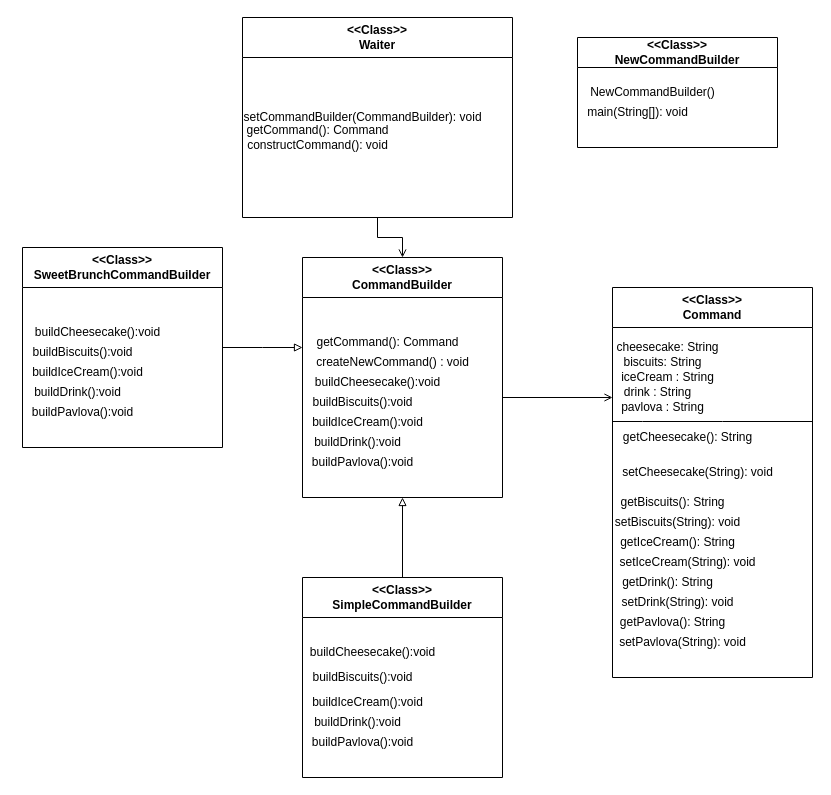
Before: BuilderDiagram.drawio in mariareee/Design_Patterns_PROJECT, a draw.io diagram. Source tidied: cells renumbered, new cells numbered last; positions are measured from the earlier drawing's top-left corner, leaving out a move shared by most shapes. Both pictures are drawn from the tidied source at 100%, with x=0, y=0 at pixel (22, 17).
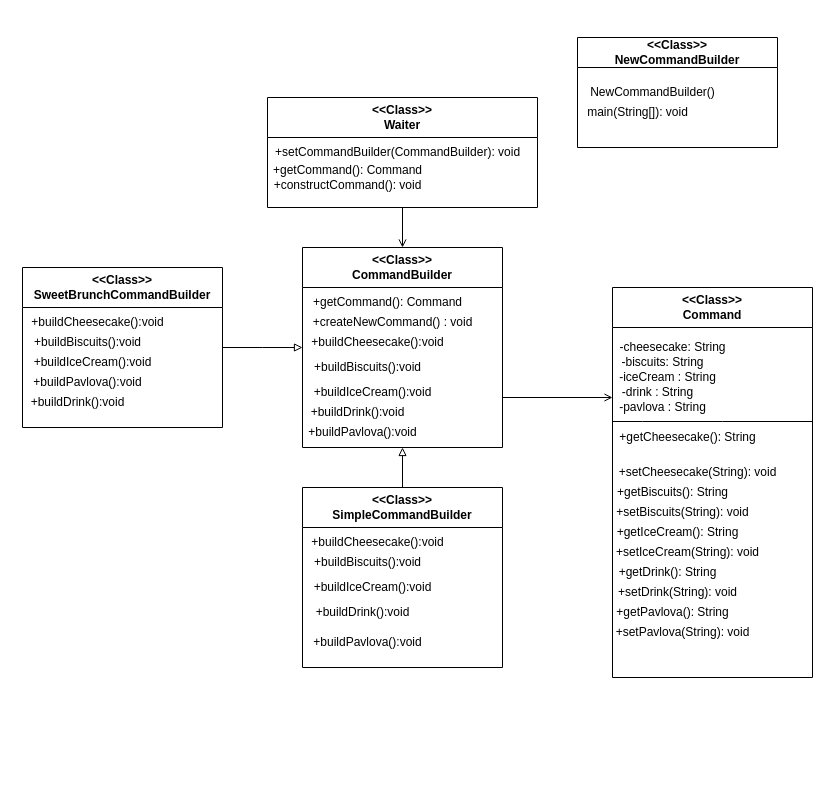
The same page after the edit.

The change refers to these unchanged cells:
```xml
<mxCell id="13" value="&amp;lt;&amp;lt;Class&amp;gt;&amp;gt;&lt;br&gt;Command" style="swimlane;whiteSpace=wrap;html=1;startSize=40;" parent="1" vertex="1">
  <mxGeometry x="590" y="270" width="200" height="390" as="geometry" />
</mxCell>
```

Diff of the diagram source:
```diff
@@
     <mxCell id="3" value="&amp;lt;&amp;lt;Class&amp;gt;&amp;gt;&lt;br&gt;Waiter" style="swimlane;whiteSpace=wrap;html=1;startSize=40;" parent="1" vertex="1">
-      <mxGeometry x="220" width="270" height="200" as="geometry" />
+      <mxGeometry x="245" y="80" width="270" height="110" as="geometry" />
     </mxCell>
-    <mxCell id="4" value="setCommandBuilder(CommandBuilder): void&lt;br&gt;" style="text;html=1;align=center;verticalAlign=middle;strokeColor=none;fillColor=none;" parent="3" vertex="1">
-      <mxGeometry x="-10" y="85" width="260" height="30" as="geometry" />
+    <mxCell id="4" value="+setCommandBuilder(CommandBuilder): void" style="text;html=1;align=center;verticalAlign=middle;strokeColor=none;fillColor=none;" parent="3" vertex="1">
+      <mxGeometry x="-5" y="40" width="270" height="30" as="geometry" />
     </mxCell>
-    <mxCell id="5" value="getCommand(): Command&lt;br&gt;constructCommand(): void&lt;br&gt;" style="text;html=1;align=center;verticalAlign=middle;strokeColor=none;fillColor=none;" parent="3" vertex="1">
-      <mxGeometry x="-10" y="100" width="170" height="40" as="geometry" />
+    <mxCell id="5" value="+getCommand(): Command&lt;br&gt;+constructCommand(): void" style="text;html=1;align=center;verticalAlign=middle;strokeColor=none;fillColor=none;" parent="3" vertex="1">
+      <mxGeometry x="-5" y="60" width="170" height="40" as="geometry" />
     </mxCell>
@@
     <mxCell id="7" value="&amp;lt;&amp;lt;Class&amp;gt;&amp;gt;&lt;br&gt;SweetBrunchCommandBuilder" style="swimlane;whiteSpace=wrap;html=1;startSize=40;" parent="1" vertex="1">
-      <mxGeometry y="230" width="200" height="200" as="geometry" />
+      <mxGeometry y="250" width="200" height="160" as="geometry" />
     </mxCell>
-    <mxCell id="8" value="buildCheesecake():void" style="text;html=1;align=center;verticalAlign=middle;strokeColor=none;fillColor=none;" parent="7" vertex="1">
-      <mxGeometry y="70" width="150" height="30" as="geometry" />
+    <mxCell id="8" value="+buildCheesecake():void" style="text;html=1;align=center;verticalAlign=middle;strokeColor=none;fillColor=none;" parent="7" vertex="1">
+      <mxGeometry x="-5" y="40" width="160" height="30" as="geometry" />
     </mxCell>
-    <mxCell id="9" value="buildBiscuits():void" style="text;html=1;align=center;verticalAlign=middle;strokeColor=none;fillColor=none;" parent="7" vertex="1">
-      <mxGeometry y="90" width="120" height="30" as="geometry" />
+    <mxCell id="9" value="+buildBiscuits():void" style="text;html=1;align=center;verticalAlign=middle;strokeColor=none;fillColor=none;" parent="7" vertex="1">
+      <mxGeometry y="60" width="130" height="30" as="geometry" />
     </mxCell>
-    <mxCell id="10" value="buildDrink():void&lt;br&gt;" style="text;html=1;align=center;verticalAlign=middle;strokeColor=none;fillColor=none;" parent="7" vertex="1">
-      <mxGeometry y="130" width="110" height="30" as="geometry" />
+    <mxCell id="10" value="+buildDrink():void" style="text;html=1;align=center;verticalAlign=middle;strokeColor=none;fillColor=none;" parent="7" vertex="1">
+      <mxGeometry x="-5" y="120" width="120" height="30" as="geometry" />
     </mxCell>
-    <mxCell id="11" value="buildPavlova():void" style="text;html=1;align=center;verticalAlign=middle;strokeColor=none;fillColor=none;" parent="7" vertex="1">
-      <mxGeometry y="150" width="120" height="30" as="geometry" />
+    <mxCell id="11" value="+buildPavlova():void" style="text;html=1;align=center;verticalAlign=middle;strokeColor=none;fillColor=none;" parent="7" vertex="1">
+      <mxGeometry y="100" width="130" height="30" as="geometry" />
     </mxCell>
-    <mxCell id="12" value="buildIceCream():void" style="text;html=1;align=center;verticalAlign=middle;strokeColor=none;fillColor=none;" parent="7" vertex="1">
-      <mxGeometry y="110" width="130" height="30" as="geometry" />
+    <mxCell id="12" value="+buildIceCream():void" style="text;html=1;align=center;verticalAlign=middle;strokeColor=none;fillColor=none;" parent="7" vertex="1">
+      <mxGeometry y="80" width="140" height="30" as="geometry" />
     </mxCell>
@@
-    <mxCell id="14" value="cheesecake: String&lt;br&gt;" style="text;html=1;align=center;verticalAlign=middle;strokeColor=none;fillColor=none;" parent="13" vertex="1">
-      <mxGeometry x="-10" y="45" width="130" height="30" as="geometry" />
+    <mxCell id="14" value="-cheesecake: String" style="text;html=1;align=center;verticalAlign=middle;strokeColor=none;fillColor=none;" parent="13" vertex="1">
+      <mxGeometry x="-5" y="45" width="130" height="30" as="geometry" />
     </mxCell>
-    <mxCell id="15" value="biscuits: String" style="text;html=1;align=center;verticalAlign=middle;strokeColor=none;fillColor=none;" parent="13" vertex="1">
-      <mxGeometry y="60" width="100" height="30" as="geometry" />
+    <mxCell id="15" value="-biscuits: String" style="text;html=1;align=center;verticalAlign=middle;strokeColor=none;fillColor=none;" parent="13" vertex="1">
+      <mxGeometry x="-5" y="60" width="110" height="30" as="geometry" />
     </mxCell>
-    <mxCell id="16" value="iceCream : String&lt;br&gt;" style="text;html=1;align=center;verticalAlign=middle;strokeColor=none;fillColor=none;" parent="13" vertex="1">
+    <mxCell id="16" value="-iceCream : String" style="text;html=1;align=center;verticalAlign=middle;strokeColor=none;fillColor=none;" parent="13" vertex="1">
       <mxGeometry x="-5" y="75" width="120" height="30" as="geometry" />
     </mxCell>
-    <mxCell id="17" value="drink : String&lt;br&gt;" style="text;html=1;align=center;verticalAlign=middle;strokeColor=none;fillColor=none;" parent="13" vertex="1">
+    <mxCell id="17" value="-drink : String" style="text;html=1;align=center;verticalAlign=middle;strokeColor=none;fillColor=none;" parent="13" vertex="1">
       <mxGeometry y="90" width="90" height="30" as="geometry" />
     </mxCell>
-    <mxCell id="18" value="pavlova : String&lt;br&gt;" style="text;html=1;align=center;verticalAlign=middle;strokeColor=none;fillColor=none;" parent="13" vertex="1">
+    <mxCell id="18" value="-pavlova : String" style="text;html=1;align=center;verticalAlign=middle;strokeColor=none;fillColor=none;" parent="13" vertex="1">
       <mxGeometry x="-5" y="105" width="110" height="30" as="geometry" />
     </mxCell>
-    <mxCell id="19" value="setCheesecake(String): void" style="text;html=1;align=center;verticalAlign=middle;strokeColor=none;fillColor=none;" parent="13" vertex="1">
-      <mxGeometry y="170" width="170" height="30" as="geometry" />
+    <mxCell id="19" value="+setCheesecake(String): void" style="text;html=1;align=center;verticalAlign=middle;strokeColor=none;fillColor=none;" parent="13" vertex="1">
+      <mxGeometry x="-5" y="170" width="180" height="30" as="geometry" />
     </mxCell>
-    <mxCell id="20" value="getCheesecake(): String" style="text;html=1;align=center;verticalAlign=middle;strokeColor=none;fillColor=none;" parent="13" vertex="1">
-      <mxGeometry y="135" width="150" height="30" as="geometry" />
+    <mxCell id="20" value="+getCheesecake(): String" style="text;html=1;align=center;verticalAlign=middle;strokeColor=none;fillColor=none;" parent="13" vertex="1">
+      <mxGeometry x="-5" y="135" width="160" height="30" as="geometry" />
     </mxCell>
-    <mxCell id="21" value="getBiscuits(): String" style="text;html=1;align=center;verticalAlign=middle;strokeColor=none;fillColor=none;" parent="13" vertex="1">
-      <mxGeometry x="-5" y="200" width="130" height="30" as="geometry" />
+    <mxCell id="21" value="+getBiscuits(): String" style="text;html=1;align=center;verticalAlign=middle;strokeColor=none;fillColor=none;" parent="13" vertex="1">
+      <mxGeometry x="-5" y="190" width="130" height="30" as="geometry" />
     </mxCell>
-    <mxCell id="22" value="setBiscuits(String): void" style="text;html=1;align=center;verticalAlign=middle;strokeColor=none;fillColor=none;" parent="13" vertex="1">
-      <mxGeometry x="-10" y="220" width="150" height="30" as="geometry" />
+    <mxCell id="22" value="+setBiscuits(String): void" style="text;html=1;align=center;verticalAlign=middle;strokeColor=none;fillColor=none;" parent="13" vertex="1">
+      <mxGeometry x="-10" y="210" width="160" height="30" as="geometry" />
     </mxCell>
-    <mxCell id="23" value="setIceCream(String): void" style="text;html=1;align=center;verticalAlign=middle;strokeColor=none;fillColor=none;" parent="13" vertex="1">
-      <mxGeometry x="-5" y="260" width="160" height="30" as="geometry" />
+    <mxCell id="23" value="+setIceCream(String): void" style="text;html=1;align=center;verticalAlign=middle;strokeColor=none;fillColor=none;" parent="13" vertex="1">
+      <mxGeometry x="-10" y="250" width="170" height="30" as="geometry" />
     </mxCell>
-    <mxCell id="24" value="setDrink(String): void" style="text;html=1;align=center;verticalAlign=middle;strokeColor=none;fillColor=none;" parent="13" vertex="1">
-      <mxGeometry x="-5" y="300" width="140" height="30" as="geometry" />
+    <mxCell id="24" value="+setDrink(String): void" style="text;html=1;align=center;verticalAlign=middle;strokeColor=none;fillColor=none;" parent="13" vertex="1">
+      <mxGeometry x="-5" y="290" width="140" height="30" as="geometry" />
     </mxCell>
-    <mxCell id="25" value="setPavlova(String): void" style="text;html=1;align=center;verticalAlign=middle;strokeColor=none;fillColor=none;" parent="13" vertex="1">
-      <mxGeometry x="-5" y="340" width="150" height="30" as="geometry" />
+    <mxCell id="25" value="+setPavlova(String): void" style="text;html=1;align=center;verticalAlign=middle;strokeColor=none;fillColor=none;" parent="13" vertex="1">
+      <mxGeometry x="-10" y="330" width="160" height="30" as="geometry" />
     </mxCell>
-    <mxCell id="26" value="getDrink(): String" style="text;html=1;align=center;verticalAlign=middle;strokeColor=none;fillColor=none;" parent="13" vertex="1">
-      <mxGeometry y="280" width="110" height="30" as="geometry" />
+    <mxCell id="26" value="+getDrink(): String" style="text;html=1;align=center;verticalAlign=middle;strokeColor=none;fillColor=none;" parent="13" vertex="1">
+      <mxGeometry x="-5" y="270" width="120" height="30" as="geometry" />
     </mxCell>
-    <mxCell id="27" value="getPavlova(): String" style="text;html=1;align=center;verticalAlign=middle;strokeColor=none;fillColor=none;" parent="13" vertex="1">
-      <mxGeometry x="-5" y="320" width="130" height="30" as="geometry" />
+    <mxCell id="27" value="+getPavlova(): String" style="text;html=1;align=center;verticalAlign=middle;strokeColor=none;fillColor=none;" parent="13" vertex="1">
+      <mxGeometry x="-10" y="310" width="140" height="30" as="geometry" />
     </mxCell>
-    <mxCell id="28" value="getIceCream(): String" style="text;html=1;align=center;verticalAlign=middle;strokeColor=none;fillColor=none;" parent="13" vertex="1">
-      <mxGeometry x="-5" y="240" width="140" height="30" as="geometry" />
+    <mxCell id="28" value="+getIceCream(): String" style="text;html=1;align=center;verticalAlign=middle;strokeColor=none;fillColor=none;" parent="13" vertex="1">
+      <mxGeometry x="-10" y="230" width="150" height="30" as="geometry" />
     </mxCell>
@@
     <mxCell id="31" value="&amp;lt;&amp;lt;Class&amp;gt;&amp;gt;&lt;br&gt;CommandBuilder" style="swimlane;whiteSpace=wrap;html=1;startSize=40;" parent="1" vertex="1">
-      <mxGeometry x="280" y="240" width="200" height="240" as="geometry" />
+      <mxGeometry x="280" y="230" width="200" height="200" as="geometry" />
     </mxCell>
-    <mxCell id="32" value="getCommand(): Command" style="text;html=1;align=center;verticalAlign=middle;strokeColor=none;fillColor=none;" parent="31" vertex="1">
-      <mxGeometry y="70" width="170" height="30" as="geometry" />
+    <mxCell id="32" value="+getCommand(): Command" style="text;html=1;align=center;verticalAlign=middle;strokeColor=none;fillColor=none;" parent="31" vertex="1">
+      <mxGeometry y="40" width="170" height="30" as="geometry" />
     </mxCell>
-    <mxCell id="33" value="createNewCommand() : void" style="text;html=1;align=center;verticalAlign=middle;strokeColor=none;fillColor=none;" parent="31" vertex="1">
-      <mxGeometry y="90" width="180" height="30" as="geometry" />
+    <mxCell id="33" value="+createNewCommand() : void" style="text;html=1;align=center;verticalAlign=middle;strokeColor=none;fillColor=none;" parent="31" vertex="1">
+      <mxGeometry y="60" width="180" height="30" as="geometry" />
     </mxCell>
-    <mxCell id="34" value="buildCheesecake():void" style="text;html=1;align=center;verticalAlign=middle;strokeColor=none;fillColor=none;" parent="31" vertex="1">
-      <mxGeometry y="110" width="150" height="30" as="geometry" />
+    <mxCell id="34" value="+buildCheesecake():void" style="text;html=1;align=center;verticalAlign=middle;strokeColor=none;fillColor=none;" parent="31" vertex="1">
+      <mxGeometry x="-5" y="80" width="160" height="30" as="geometry" />
     </mxCell>
-    <mxCell id="35" value="buildDrink():void" style="text;html=1;align=center;verticalAlign=middle;strokeColor=none;fillColor=none;" parent="31" vertex="1">
-      <mxGeometry y="170" width="110" height="30" as="geometry" />
+    <mxCell id="35" value="+buildDrink():void" style="text;html=1;align=center;verticalAlign=middle;strokeColor=none;fillColor=none;" parent="31" vertex="1">
+      <mxGeometry x="-5" y="150" width="120" height="30" as="geometry" />
     </mxCell>
-    <mxCell id="36" value="buildBiscuits():void" style="text;html=1;align=center;verticalAlign=middle;strokeColor=none;fillColor=none;" parent="31" vertex="1">
-      <mxGeometry y="130" width="120" height="30" as="geometry" />
+    <mxCell id="36" value="+buildBiscuits():void" style="text;html=1;align=center;verticalAlign=middle;strokeColor=none;fillColor=none;" parent="31" vertex="1">
+      <mxGeometry y="105" width="130" height="30" as="geometry" />
     </mxCell>
-    <mxCell id="37" value="buildIceCream():void" style="text;html=1;align=center;verticalAlign=middle;strokeColor=none;fillColor=none;" parent="31" vertex="1">
-      <mxGeometry y="150" width="130" height="30" as="geometry" />
+    <mxCell id="37" value="+buildIceCream():void" style="text;html=1;align=center;verticalAlign=middle;strokeColor=none;fillColor=none;" parent="31" vertex="1">
+      <mxGeometry y="130" width="140" height="30" as="geometry" />
     </mxCell>
-    <mxCell id="38" value="buildPavlova():void" style="text;html=1;align=center;verticalAlign=middle;strokeColor=none;fillColor=none;" parent="31" vertex="1">
-      <mxGeometry y="190" width="120" height="30" as="geometry" />
+    <mxCell id="38" value="+buildPavlova():void" style="text;html=1;align=center;verticalAlign=middle;strokeColor=none;fillColor=none;" parent="31" vertex="1">
+      <mxGeometry x="-5" y="170" width="130" height="30" as="geometry" />
     </mxCell>
@@
     <mxCell id="40" value="&amp;lt;&amp;lt;Class&amp;gt;&amp;gt;&lt;br&gt;SimpleCommandBuilder" style="swimlane;whiteSpace=wrap;html=1;startSize=40;" parent="1" vertex="1">
-      <mxGeometry x="280" y="560" width="200" height="200" as="geometry" />
+      <mxGeometry x="280" y="470" width="200" height="180" as="geometry" />
     </mxCell>
-    <mxCell id="41" value="buildBiscuits():void" style="text;html=1;align=center;verticalAlign=middle;strokeColor=none;fillColor=none;" parent="40" vertex="1">
-      <mxGeometry y="85" width="120" height="30" as="geometry" />
+    <mxCell id="41" value="+buildBiscuits():void" style="text;html=1;align=center;verticalAlign=middle;strokeColor=none;fillColor=none;" parent="40" vertex="1">
+      <mxGeometry y="60" width="130" height="30" as="geometry" />
     </mxCell>
-    <mxCell id="42" value="buildIceCream():void" style="text;html=1;align=center;verticalAlign=middle;strokeColor=none;fillColor=none;" parent="40" vertex="1">
-      <mxGeometry y="110" width="130" height="30" as="geometry" />
+    <mxCell id="42" value="+buildIceCream():void" style="text;html=1;align=center;verticalAlign=middle;strokeColor=none;fillColor=none;" parent="40" vertex="1">
+      <mxGeometry y="85" width="140" height="30" as="geometry" />
     </mxCell>
-    <mxCell id="43" value="buildDrink():void&lt;br&gt;" style="text;html=1;align=center;verticalAlign=middle;strokeColor=none;fillColor=none;" parent="40" vertex="1">
-      <mxGeometry y="130" width="110" height="30" as="geometry" />
+    <mxCell id="43" value="+buildDrink():void" style="text;html=1;align=center;verticalAlign=middle;strokeColor=none;fillColor=none;" parent="40" vertex="1">
+      <mxGeometry y="110" width="120" height="30" as="geometry" />
     </mxCell>
-    <mxCell id="44" value="buildPavlova():void" style="text;html=1;align=center;verticalAlign=middle;strokeColor=none;fillColor=none;" parent="40" vertex="1">
-      <mxGeometry y="150" width="120" height="30" as="geometry" />
+    <mxCell id="44" value="+buildPavlova():void" style="text;html=1;align=center;verticalAlign=middle;strokeColor=none;fillColor=none;" parent="40" vertex="1">
+      <mxGeometry y="140" width="130" height="30" as="geometry" />
     </mxCell>
-    <mxCell id="45" value="buildCheesecake():void" style="text;html=1;align=center;verticalAlign=middle;strokeColor=none;fillColor=none;" parent="40" vertex="1">
-      <mxGeometry x="-5" y="60" width="150" height="30" as="geometry" />
+    <mxCell id="45" value="+buildCheesecake():void" style="text;html=1;align=center;verticalAlign=middle;strokeColor=none;fillColor=none;" parent="40" vertex="1">
+      <mxGeometry x="-5" y="40" width="160" height="30" as="geometry" />
     </mxCell>
```
